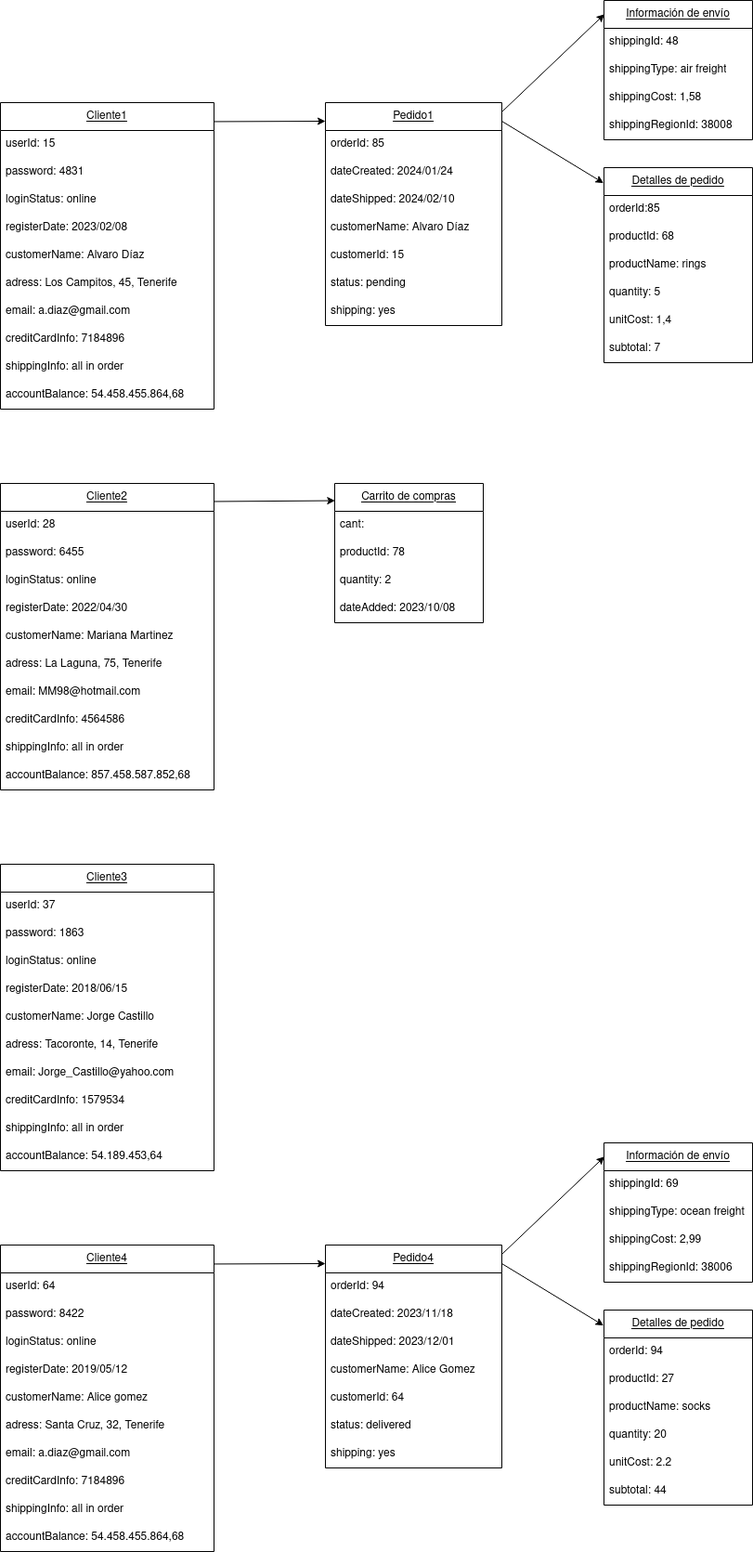
This is diagramas/diagrama_objeto_modelo02.png from Chugani05/entorno_de_desarrollo, a draw.io export, as it was before one commit. Source tidied: cells renumbered, new cells last; positions are measured from the earlier drawing's top-left corner, leaving out a move shared by most shapes.
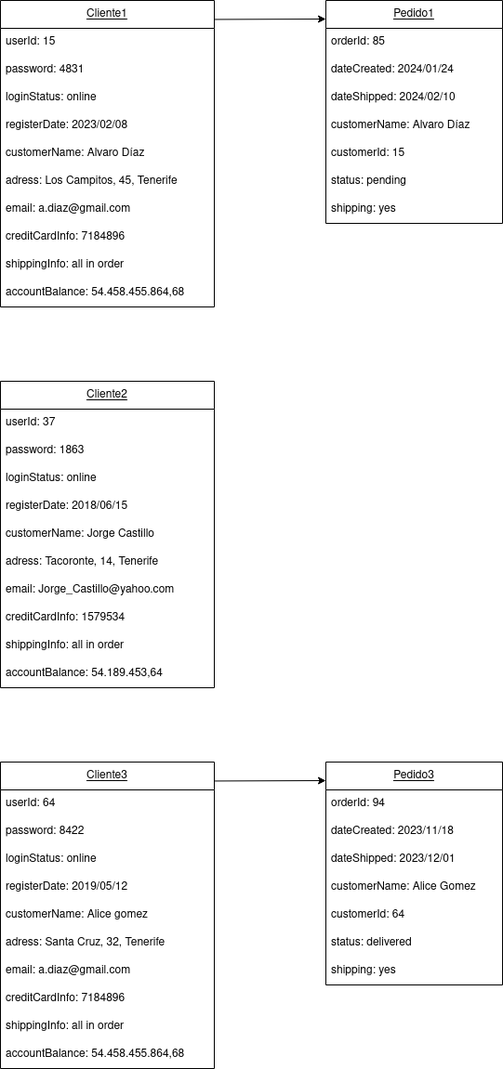
Above is the later version.

What changed in the source:
```diff
@@ -3,7 +3,7 @@
     <mxCell id="0" />
     <mxCell id="1" parent="0" />
     <mxCell id="2" value="&lt;u&gt;Cliente1&lt;/u&gt;" style="swimlane;fontStyle=0;horizontal=1;startSize=30;whiteSpace=wrap;html=1;" parent="1" vertex="1">
-      <mxGeometry y="110" width="230" height="330" as="geometry" />
+      <mxGeometry y="520" width="230" height="330" as="geometry" />
     </mxCell>
     <mxCell id="3" value="userId: 15" style="text;strokeColor=none;fillColor=none;align=left;verticalAlign=middle;spacingLeft=4;spacingRight=4;overflow=hidden;whiteSpace=wrap;html=1;" parent="2" vertex="1">
       <mxGeometry y="30" width="230" height="30" as="geometry" />
@@ -36,7 +36,7 @@
       <mxGeometry y="300" width="230" height="30" as="geometry" />
     </mxCell>
     <mxCell id="13" value="&lt;u&gt;Pedido1&lt;/u&gt;" style="swimlane;fontStyle=0;horizontal=1;startSize=30;whiteSpace=wrap;html=1;" parent="1" vertex="1">
-      <mxGeometry x="350" y="110" width="190" height="240" as="geometry" />
+      <mxGeometry x="350" y="520" width="190" height="240" as="geometry" />
     </mxCell>
     <mxCell id="14" value="orderId: 85" style="text;strokeColor=none;fillColor=none;align=left;verticalAlign=middle;spacingLeft=4;spacingRight=4;overflow=hidden;whiteSpace=wrap;html=1;" parent="13" vertex="1">
       <mxGeometry y="30" width="190" height="30" as="geometry" />
@@ -59,91 +59,7 @@
     <mxCell id="20" value="shipping: yes" style="text;strokeColor=none;fillColor=none;align=left;verticalAlign=middle;spacingLeft=4;spacingRight=4;overflow=hidden;whiteSpace=wrap;html=1;" parent="13" vertex="1">
       <mxGeometry y="210" width="190" height="30" as="geometry" />
     </mxCell>
-    <mxCell id="21" value="&lt;u&gt;Información de envío&lt;/u&gt;" style="swimlane;fontStyle=0;horizontal=1;startSize=30;whiteSpace=wrap;html=1;" parent="1" vertex="1">
-      <mxGeometry x="650" width="160" height="150" as="geometry" />
-    </mxCell>
-    <mxCell id="22" value="shippingId: 48" style="text;strokeColor=none;fillColor=none;align=left;verticalAlign=middle;spacingLeft=4;spacingRight=4;overflow=hidden;whiteSpace=wrap;html=1;" parent="21" vertex="1">
-      <mxGeometry y="30" width="160" height="30" as="geometry" />
-    </mxCell>
-    <mxCell id="23" value="shippingType: air freight" style="text;strokeColor=none;fillColor=none;align=left;verticalAlign=middle;spacingLeft=4;spacingRight=4;overflow=hidden;whiteSpace=wrap;html=1;" parent="21" vertex="1">
-      <mxGeometry y="60" width="160" height="30" as="geometry" />
-    </mxCell>
-    <mxCell id="24" value="shippingCost: 1,58" style="text;strokeColor=none;fillColor=none;align=left;verticalAlign=middle;spacingLeft=4;spacingRight=4;overflow=hidden;whiteSpace=wrap;html=1;" parent="21" vertex="1">
-      <mxGeometry y="90" width="160" height="30" as="geometry" />
-    </mxCell>
-    <mxCell id="25" value="shippingRegionId: 38008" style="text;strokeColor=none;fillColor=none;align=left;verticalAlign=middle;spacingLeft=4;spacingRight=4;overflow=hidden;whiteSpace=wrap;html=1;" parent="21" vertex="1">
-      <mxGeometry y="120" width="160" height="30" as="geometry" />
-    </mxCell>
-    <mxCell id="26" value="&lt;u&gt;Detalles de pedido&lt;br&gt;&lt;/u&gt;" style="swimlane;fontStyle=0;horizontal=1;startSize=30;whiteSpace=wrap;html=1;" parent="1" vertex="1">
-      <mxGeometry x="650" y="180" width="160" height="210" as="geometry" />
-    </mxCell>
-    <mxCell id="27" value="orderId:85" style="text;strokeColor=none;fillColor=none;align=left;verticalAlign=middle;spacingLeft=4;spacingRight=4;overflow=hidden;whiteSpace=wrap;html=1;" parent="26" vertex="1">
-      <mxGeometry y="30" width="160" height="30" as="geometry" />
-    </mxCell>
-    <mxCell id="28" value="productId: 68" style="text;strokeColor=none;fillColor=none;align=left;verticalAlign=middle;spacingLeft=4;spacingRight=4;overflow=hidden;whiteSpace=wrap;html=1;" parent="26" vertex="1">
-      <mxGeometry y="60" width="160" height="30" as="geometry" />
-    </mxCell>
-    <mxCell id="29" value="productName: rings" style="text;strokeColor=none;fillColor=none;align=left;verticalAlign=middle;spacingLeft=4;spacingRight=4;overflow=hidden;whiteSpace=wrap;html=1;" parent="26" vertex="1">
-      <mxGeometry y="90" width="160" height="30" as="geometry" />
-    </mxCell>
-    <mxCell id="30" value="quantity: 5" style="text;strokeColor=none;fillColor=none;align=left;verticalAlign=middle;spacingLeft=4;spacingRight=4;overflow=hidden;whiteSpace=wrap;html=1;" parent="26" vertex="1">
-      <mxGeometry y="120" width="160" height="30" as="geometry" />
-    </mxCell>
-    <mxCell id="31" value="unitCost: 1,4" style="text;strokeColor=none;fillColor=none;align=left;verticalAlign=middle;spacingLeft=4;spacingRight=4;overflow=hidden;whiteSpace=wrap;html=1;" parent="26" vertex="1">
-      <mxGeometry y="150" width="160" height="30" as="geometry" />
-    </mxCell>
-    <mxCell id="32" value="subtotal: 7" style="text;strokeColor=none;fillColor=none;align=left;verticalAlign=middle;spacingLeft=4;spacingRight=4;overflow=hidden;whiteSpace=wrap;html=1;" parent="26" vertex="1">
-      <mxGeometry y="180" width="160" height="30" as="geometry" />
-    </mxCell>
-    <mxCell id="33" value="&lt;u&gt;Cliente2&lt;/u&gt;" style="swimlane;fontStyle=0;horizontal=1;startSize=30;whiteSpace=wrap;html=1;" parent="1" vertex="1">
-      <mxGeometry y="520" width="230" height="330" as="geometry" />
-    </mxCell>
-    <mxCell id="34" value="userId: 28" style="text;strokeColor=none;fillColor=none;align=left;verticalAlign=middle;spacingLeft=4;spacingRight=4;overflow=hidden;whiteSpace=wrap;html=1;" parent="33" vertex="1">
-      <mxGeometry y="30" width="230" height="30" as="geometry" />
-    </mxCell>
-    <mxCell id="35" value="password: 6455" style="text;strokeColor=none;fillColor=none;align=left;verticalAlign=middle;spacingLeft=4;spacingRight=4;overflow=hidden;whiteSpace=wrap;html=1;" parent="33" vertex="1">
-      <mxGeometry y="60" width="230" height="30" as="geometry" />
-    </mxCell>
-    <mxCell id="36" value="loginStatus: online" style="text;strokeColor=none;fillColor=none;align=left;verticalAlign=middle;spacingLeft=4;spacingRight=4;overflow=hidden;whiteSpace=wrap;html=1;" parent="33" vertex="1">
-      <mxGeometry y="90" width="230" height="30" as="geometry" />
-    </mxCell>
-    <mxCell id="37" value="registerDate: 2022/04/30" style="text;strokeColor=none;fillColor=none;align=left;verticalAlign=middle;spacingLeft=4;spacingRight=4;overflow=hidden;whiteSpace=wrap;html=1;" parent="33" vertex="1">
-      <mxGeometry y="120" width="230" height="30" as="geometry" />
-    </mxCell>
-    <mxCell id="38" value="customerName: Mariana Martinez" style="text;strokeColor=none;fillColor=none;align=left;verticalAlign=middle;spacingLeft=4;spacingRight=4;overflow=hidden;whiteSpace=wrap;html=1;" parent="33" vertex="1">
-      <mxGeometry y="150" width="230" height="30" as="geometry" />
-    </mxCell>
-    <mxCell id="39" value="adress: La Laguna, 75, Tenerife" style="text;strokeColor=none;fillColor=none;align=left;verticalAlign=middle;spacingLeft=4;spacingRight=4;overflow=hidden;whiteSpace=wrap;html=1;" parent="33" vertex="1">
-      <mxGeometry y="180" width="230" height="30" as="geometry" />
-    </mxCell>
-    <mxCell id="40" value="email: MM98@hotmail.com" style="text;strokeColor=none;fillColor=none;align=left;verticalAlign=middle;spacingLeft=4;spacingRight=4;overflow=hidden;whiteSpace=wrap;html=1;" parent="33" vertex="1">
-      <mxGeometry y="210" width="230" height="30" as="geometry" />
-    </mxCell>
-    <mxCell id="41" value="creditCardInfo: 4564586" style="text;strokeColor=none;fillColor=none;align=left;verticalAlign=middle;spacingLeft=4;spacingRight=4;overflow=hidden;whiteSpace=wrap;html=1;" parent="33" vertex="1">
-      <mxGeometry y="240" width="230" height="30" as="geometry" />
-    </mxCell>
-    <mxCell id="42" value="shippingInfo: all in order" style="text;strokeColor=none;fillColor=none;align=left;verticalAlign=middle;spacingLeft=4;spacingRight=4;overflow=hidden;whiteSpace=wrap;html=1;" parent="33" vertex="1">
-      <mxGeometry y="270" width="230" height="30" as="geometry" />
-    </mxCell>
-    <mxCell id="43" value="accountBalance: 857.458.587.852,68" style="text;strokeColor=none;fillColor=none;align=left;verticalAlign=middle;spacingLeft=4;spacingRight=4;overflow=hidden;whiteSpace=wrap;html=1;" parent="33" vertex="1">
-      <mxGeometry y="300" width="230" height="30" as="geometry" />
-    </mxCell>
-    <mxCell id="44" value="&lt;u&gt;Carrito de compras&lt;/u&gt;" style="swimlane;fontStyle=0;horizontal=1;startSize=30;whiteSpace=wrap;html=1;" parent="1" vertex="1">
-      <mxGeometry x="360" y="520" width="160" height="150" as="geometry" />
-    </mxCell>
-    <mxCell id="45" value="cant: " style="text;strokeColor=none;fillColor=none;align=left;verticalAlign=middle;spacingLeft=4;spacingRight=4;overflow=hidden;whiteSpace=wrap;html=1;" parent="44" vertex="1">
-      <mxGeometry y="30" width="160" height="30" as="geometry" />
-    </mxCell>
-    <mxCell id="46" value="productId: 78" style="text;strokeColor=none;fillColor=none;align=left;verticalAlign=middle;spacingLeft=4;spacingRight=4;overflow=hidden;whiteSpace=wrap;html=1;" parent="44" vertex="1">
-      <mxGeometry y="60" width="160" height="30" as="geometry" />
-    </mxCell>
-    <mxCell id="47" value="quantity: 2" style="text;strokeColor=none;fillColor=none;align=left;verticalAlign=middle;spacingLeft=4;spacingRight=4;overflow=hidden;whiteSpace=wrap;html=1;" parent="44" vertex="1">
-      <mxGeometry y="90" width="160" height="30" as="geometry" />
-    </mxCell>
-    <mxCell id="48" value="dateAdded: 2023/10/08" style="text;strokeColor=none;fillColor=none;align=left;verticalAlign=middle;spacingLeft=4;spacingRight=4;overflow=hidden;whiteSpace=wrap;html=1;" parent="44" vertex="1">
-      <mxGeometry y="120" width="160" height="30" as="geometry" />
-    </mxCell>
-    <mxCell id="49" value="&lt;u&gt;Cliente3&lt;/u&gt;" style="swimlane;fontStyle=0;horizontal=1;startSize=30;whiteSpace=wrap;html=1;" parent="1" vertex="1">
+    <mxCell id="49" value="&lt;u&gt;Cliente2&lt;/u&gt;" style="swimlane;fontStyle=0;horizontal=1;startSize=30;whiteSpace=wrap;html=1;" parent="1" vertex="1">
       <mxGeometry y="930" width="230" height="330" as="geometry" />
     </mxCell>
     <mxCell id="50" value="userId: 37" style="text;strokeColor=none;fillColor=none;align=left;verticalAlign=middle;spacingLeft=4;spacingRight=4;overflow=hidden;whiteSpace=wrap;html=1;" parent="49" vertex="1">
@@ -176,28 +92,13 @@
     <mxCell id="59" value="accountBalance: 54.189.453,64" style="text;strokeColor=none;fillColor=none;align=left;verticalAlign=middle;spacingLeft=4;spacingRight=4;overflow=hidden;whiteSpace=wrap;html=1;" parent="49" vertex="1">
       <mxGeometry y="300" width="230" height="30" as="geometry" />
     </mxCell>
-    <mxCell id="60" style="endArrow=classic;html=1;rounded=0;exitX=0.998;exitY=0.059;exitDx=0;exitDy=0;exitPerimeter=0;entryX=0.002;entryY=0.117;entryDx=0;entryDy=0;entryPerimeter=0;" parent="1" edge="1" source="33">
-      <mxGeometry relative="1" as="geometry">
-        <mxPoint x="360.3" y="538.6" as="targetPoint" />
-      </mxGeometry>
-    </mxCell>
     <mxCell id="61" style="endArrow=classic;html=1;rounded=0;exitX=0.998;exitY=0.059;exitDx=0;exitDy=0;exitPerimeter=0;" parent="1" edge="1">
       <mxGeometry relative="1" as="geometry">
-        <mxPoint x="230" y="130.4" as="sourcePoint" />
-        <mxPoint x="350" y="130" as="targetPoint" />
+        <mxPoint x="230" y="540.5" as="sourcePoint" />
+        <mxPoint x="350" y="540" as="targetPoint" />
       </mxGeometry>
     </mxCell>
-    <mxCell id="62" style="endArrow=classic;html=1;rounded=0;entryX=0.003;entryY=0.099;entryDx=0;entryDy=0;entryPerimeter=0;" parent="1" edge="1" target="21">
-      <mxGeometry relative="1" as="geometry">
-        <mxPoint x="540" y="120" as="sourcePoint" />
-      </mxGeometry>
-    </mxCell>
-    <mxCell id="63" style="endArrow=classic;html=1;rounded=0;entryX=-0.003;entryY=0.079;entryDx=0;entryDy=0;entryPerimeter=0;" parent="1" edge="1" target="26">
-      <mxGeometry relative="1" as="geometry">
-        <mxPoint x="540" y="130" as="sourcePoint" />
-      </mxGeometry>
-    </mxCell>
-    <mxCell id="64" value="&lt;u&gt;Cliente4&lt;/u&gt;" style="swimlane;fontStyle=0;horizontal=1;startSize=30;whiteSpace=wrap;html=1;" parent="1" vertex="1">
+    <mxCell id="64" value="&lt;u&gt;Cliente3&lt;/u&gt;" style="swimlane;fontStyle=0;horizontal=1;startSize=30;whiteSpace=wrap;html=1;" parent="1" vertex="1">
       <mxGeometry y="1340" width="230" height="330" as="geometry" />
     </mxCell>
     <mxCell id="65" value="userId: 64" style="text;strokeColor=none;fillColor=none;align=left;verticalAlign=middle;spacingLeft=4;spacingRight=4;overflow=hidden;whiteSpace=wrap;html=1;" parent="64" vertex="1">
@@ -230,7 +131,7 @@
     <mxCell id="74" value="accountBalance: 54.458.455.864,68" style="text;strokeColor=none;fillColor=none;align=left;verticalAlign=middle;spacingLeft=4;spacingRight=4;overflow=hidden;whiteSpace=wrap;html=1;" parent="64" vertex="1">
       <mxGeometry y="300" width="230" height="30" as="geometry" />
     </mxCell>
-    <mxCell id="75" value="&lt;u&gt;Pedido4&lt;/u&gt;" style="swimlane;fontStyle=0;horizontal=1;startSize=30;whiteSpace=wrap;html=1;" parent="1" vertex="1">
+    <mxCell id="75" value="&lt;u&gt;Pedido3&lt;/u&gt;" style="swimlane;fontStyle=0;horizontal=1;startSize=30;whiteSpace=wrap;html=1;" parent="1" vertex="1">
       <mxGeometry x="350" y="1340" width="190" height="240" as="geometry" />
     </mxCell>
     <mxCell id="76" value="orderId: 94" style="text;strokeColor=none;fillColor=none;align=left;verticalAlign=middle;spacingLeft=4;spacingRight=4;overflow=hidden;whiteSpace=wrap;html=1;" parent="75" vertex="1">
@@ -254,57 +155,11 @@
     <mxCell id="82" value="shipping: yes" style="text;strokeColor=none;fillColor=none;align=left;verticalAlign=middle;spacingLeft=4;spacingRight=4;overflow=hidden;whiteSpace=wrap;html=1;" parent="75" vertex="1">
       <mxGeometry y="210" width="190" height="30" as="geometry" />
     </mxCell>
-    <mxCell id="83" value="&lt;u&gt;Información de envío&lt;/u&gt;" style="swimlane;fontStyle=0;horizontal=1;startSize=30;whiteSpace=wrap;html=1;" parent="1" vertex="1">
-      <mxGeometry x="650" y="1230" width="160" height="150" as="geometry" />
-    </mxCell>
-    <mxCell id="84" value="shippingId: 69" style="text;strokeColor=none;fillColor=none;align=left;verticalAlign=middle;spacingLeft=4;spacingRight=4;overflow=hidden;whiteSpace=wrap;html=1;" parent="83" vertex="1">
-      <mxGeometry y="30" width="160" height="30" as="geometry" />
-    </mxCell>
-    <mxCell id="85" value="shippingType: ocean freight" style="text;strokeColor=none;fillColor=none;align=left;verticalAlign=middle;spacingLeft=4;spacingRight=4;overflow=hidden;whiteSpace=wrap;html=1;" parent="83" vertex="1">
-      <mxGeometry y="60" width="160" height="30" as="geometry" />
-    </mxCell>
-    <mxCell id="86" value="shippingCost: 2,99" style="text;strokeColor=none;fillColor=none;align=left;verticalAlign=middle;spacingLeft=4;spacingRight=4;overflow=hidden;whiteSpace=wrap;html=1;" parent="83" vertex="1">
-      <mxGeometry y="90" width="160" height="30" as="geometry" />
-    </mxCell>
-    <mxCell id="87" value="shippingRegionId: 38006" style="text;strokeColor=none;fillColor=none;align=left;verticalAlign=middle;spacingLeft=4;spacingRight=4;overflow=hidden;whiteSpace=wrap;html=1;" parent="83" vertex="1">
-      <mxGeometry y="120" width="160" height="30" as="geometry" />
-    </mxCell>
-    <mxCell id="88" value="&lt;u&gt;Detalles de pedido&lt;br&gt;&lt;/u&gt;" style="swimlane;fontStyle=0;horizontal=1;startSize=30;whiteSpace=wrap;html=1;" parent="1" vertex="1">
-      <mxGeometry x="650" y="1410" width="160" height="210" as="geometry" />
-    </mxCell>
-    <mxCell id="89" value="orderId: 94" style="text;strokeColor=none;fillColor=none;align=left;verticalAlign=middle;spacingLeft=4;spacingRight=4;overflow=hidden;whiteSpace=wrap;html=1;" parent="88" vertex="1">
-      <mxGeometry y="30" width="160" height="30" as="geometry" />
-    </mxCell>
-    <mxCell id="90" value="productId: 27" style="text;strokeColor=none;fillColor=none;align=left;verticalAlign=middle;spacingLeft=4;spacingRight=4;overflow=hidden;whiteSpace=wrap;html=1;" parent="88" vertex="1">
-      <mxGeometry y="60" width="160" height="30" as="geometry" />
-    </mxCell>
-    <mxCell id="91" value="productName: socks" style="text;strokeColor=none;fillColor=none;align=left;verticalAlign=middle;spacingLeft=4;spacingRight=4;overflow=hidden;whiteSpace=wrap;html=1;" parent="88" vertex="1">
-      <mxGeometry y="90" width="160" height="30" as="geometry" />
-    </mxCell>
-    <mxCell id="92" value="quantity: 20" style="text;strokeColor=none;fillColor=none;align=left;verticalAlign=middle;spacingLeft=4;spacingRight=4;overflow=hidden;whiteSpace=wrap;html=1;" parent="88" vertex="1">
-      <mxGeometry y="120" width="160" height="30" as="geometry" />
-    </mxCell>
-    <mxCell id="93" value="unitCost: 2.2" style="text;strokeColor=none;fillColor=none;align=left;verticalAlign=middle;spacingLeft=4;spacingRight=4;overflow=hidden;whiteSpace=wrap;html=1;" parent="88" vertex="1">
-      <mxGeometry y="150" width="160" height="30" as="geometry" />
-    </mxCell>
-    <mxCell id="94" value="subtotal: 44" style="text;strokeColor=none;fillColor=none;align=left;verticalAlign=middle;spacingLeft=4;spacingRight=4;overflow=hidden;whiteSpace=wrap;html=1;" parent="88" vertex="1">
-      <mxGeometry y="180" width="160" height="30" as="geometry" />
-    </mxCell>
     <mxCell id="95" style="endArrow=classic;html=1;rounded=0;exitX=0.998;exitY=0.059;exitDx=0;exitDy=0;exitPerimeter=0;" parent="1" edge="1">
       <mxGeometry relative="1" as="geometry">
         <mxPoint x="230" y="1360.5" as="sourcePoint" />
         <mxPoint x="350" y="1360" as="targetPoint" />
       </mxGeometry>
     </mxCell>
-    <mxCell id="96" style="endArrow=classic;html=1;rounded=0;entryX=0.003;entryY=0.099;entryDx=0;entryDy=0;entryPerimeter=0;" parent="1" edge="1" target="83">
-      <mxGeometry relative="1" as="geometry">
-        <mxPoint x="540" y="1350" as="sourcePoint" />
-      </mxGeometry>
-    </mxCell>
-    <mxCell id="97" style="endArrow=classic;html=1;rounded=0;entryX=-0.003;entryY=0.079;entryDx=0;entryDy=0;entryPerimeter=0;" parent="1" edge="1" target="88">
-      <mxGeometry relative="1" as="geometry">
-        <mxPoint x="540" y="1360" as="sourcePoint" />
-      </mxGeometry>
-    </mxCell>
   </root>
 </mxGraphModel>
```
